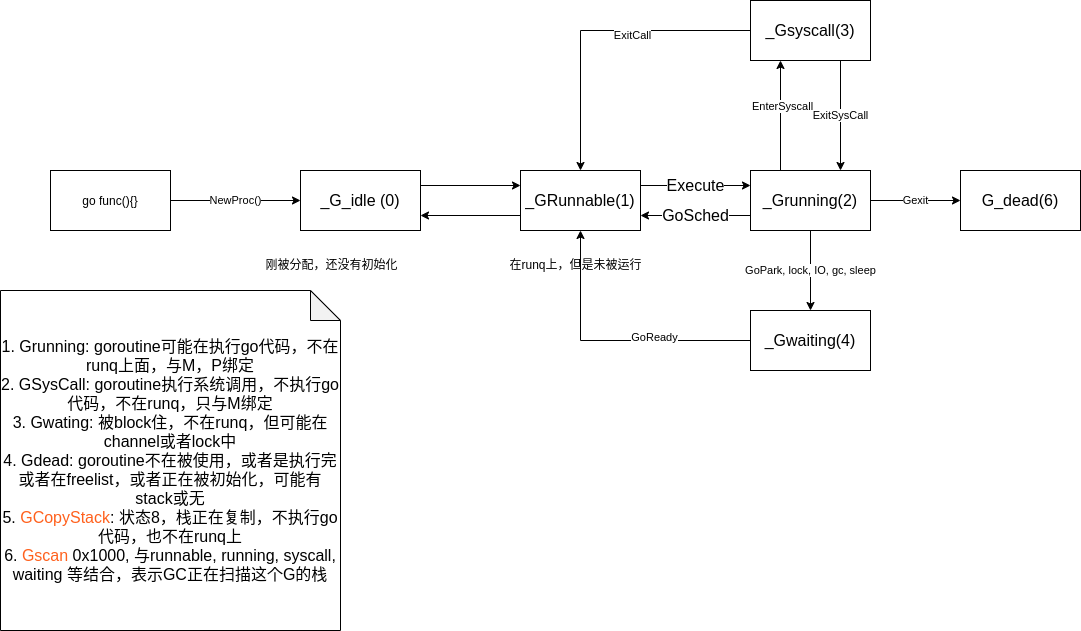
Above: img/gstatus.png in mhh12121/mhh12121.github.io (draw.io), before the change. Source tidied: cells renumbered, new cells last; positions are measured from the earlier drawing's top-left corner, leaving out a move shared by most shapes.
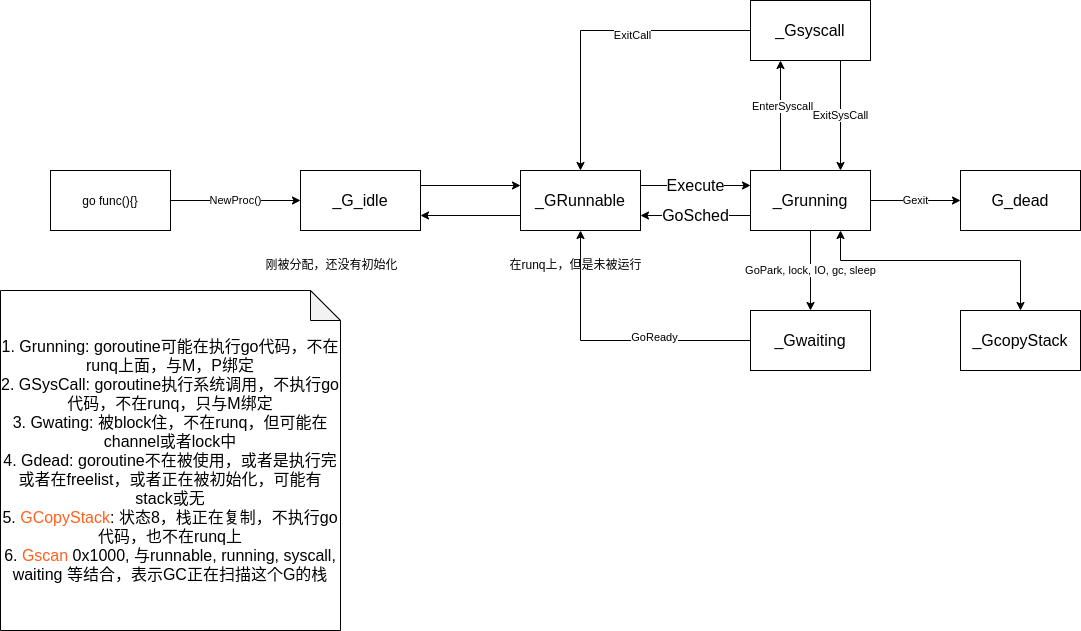
Above is the later version.

Diff of the diagram source:
```diff
@@ -5,7 +5,7 @@
     <mxCell id="2" style="edgeStyle=orthogonalEdgeStyle;rounded=0;jettySize=auto;html=1;exitX=1;exitY=0.25;exitDx=0;exitDy=0;entryX=0;entryY=0.25;entryDx=0;entryDy=0;fontFamily=Helvetica;fontSize=16;" parent="1" edge="1" source="3" target="6">
       <mxGeometry relative="1" as="geometry" />
     </mxCell>
-    <mxCell id="3" value="_G_idle (0)" style="rounded=0;whiteSpace=wrap;html=1;fontFamily=Helvetica;fontSize=16;" parent="1" vertex="1">
+    <mxCell id="3" value="_G_idle" style="rounded=0;whiteSpace=wrap;html=1;fontFamily=Helvetica;fontSize=16;" parent="1" vertex="1">
       <mxGeometry x="300" y="170" width="120" height="60" as="geometry" />
     </mxCell>
     <mxCell id="4" style="edgeStyle=orthogonalEdgeStyle;rounded=0;jettySize=auto;html=1;exitX=0;exitY=0.75;exitDx=0;exitDy=0;entryX=1;entryY=0.75;entryDx=0;entryDy=0;fontFamily=Helvetica;fontSize=16;" parent="1" edge="1" source="6" target="3">
@@ -14,7 +14,7 @@
     <mxCell id="5" value="Execute" style="edgeStyle=orthogonalEdgeStyle;rounded=0;jettySize=auto;html=1;exitX=1;exitY=0.25;exitDx=0;exitDy=0;entryX=0;entryY=0.25;entryDx=0;entryDy=0;fontFamily=Helvetica;fontSize=16;" parent="1" edge="1" source="6" target="12">
       <mxGeometry relative="1" as="geometry" />
     </mxCell>
-    <mxCell id="6" value="_GRunnable(1)" style="rounded=0;whiteSpace=wrap;html=1;fontFamily=Helvetica;fontSize=16;" parent="1" vertex="1">
+    <mxCell id="6" value="_GRunnable" style="rounded=0;whiteSpace=wrap;html=1;fontFamily=Helvetica;fontSize=16;" parent="1" vertex="1">
       <mxGeometry x="520" y="170" width="120" height="60" as="geometry" />
     </mxCell>
     <mxCell id="7" value="GoSched" style="edgeStyle=orthogonalEdgeStyle;rounded=0;jettySize=auto;html=1;exitX=0;exitY=0.75;exitDx=0;exitDy=0;entryX=1;entryY=0.75;entryDx=0;entryDy=0;fontFamily=Helvetica;fontSize=16;" parent="1" edge="1" source="12" target="6">
@@ -42,7 +42,15 @@
         </Array>
       </mxGeometry>
     </mxCell>
+    <mxCell id="26" style="edgeStyle=orthogonalEdgeStyle;rounded=0;jettySize=auto;html=1;exitX=0.75;exitY=1;exitDx=0;exitDy=0;startArrow=classic;startFill=1;" parent="1" edge="1" source="12" target="27">
+      <mxGeometry relative="1" as="geometry">
+        <Array as="points">
+          <mxPoint x="840" y="260" />
+          <mxPoint x="1020" y="260" />
+        </Array>
+      </mxGeometry>
+    </mxCell>
-    <mxCell id="12" value="_Grunning(2)" style="rounded=0;whiteSpace=wrap;html=1;fontFamily=Helvetica;fontSize=16;" parent="1" vertex="1">
+    <mxCell id="12" value="_Grunning" style="rounded=0;whiteSpace=wrap;html=1;fontFamily=Helvetica;fontSize=16;" parent="1" vertex="1">
       <mxGeometry x="750" y="170" width="120" height="60" as="geometry" />
     </mxCell>
     <mxCell id="13" style="edgeStyle=orthogonalEdgeStyle;rounded=0;jettySize=auto;html=1;exitX=0;exitY=0.5;exitDx=0;exitDy=0;entryX=0.5;entryY=0;entryDx=0;entryDy=0;" parent="1" edge="1" source="16" target="6">
@@ -54,10 +62,10 @@
     <mxCell id="15" value="ExitSysCall" style="edgeStyle=orthogonalEdgeStyle;rounded=0;jettySize=auto;html=1;exitX=0.75;exitY=1;exitDx=0;exitDy=0;entryX=0.75;entryY=0;entryDx=0;entryDy=0;" parent="1" edge="1" source="16" target="12">
       <mxGeometry relative="1" as="geometry" />
     </mxCell>
-    <mxCell id="16" value="_Gsyscall(3)" style="rounded=0;whiteSpace=wrap;html=1;fontFamily=Helvetica;fontSize=16;" parent="1" vertex="1">
+    <mxCell id="16" value="_Gsyscall" style="rounded=0;whiteSpace=wrap;html=1;fontFamily=Helvetica;fontSize=16;" parent="1" vertex="1">
       <mxGeometry x="750" width="120" height="60" as="geometry" />
     </mxCell>
-    <mxCell id="17" value="G_dead(6)" style="rounded=0;whiteSpace=wrap;html=1;fontFamily=Helvetica;fontSize=16;" parent="1" vertex="1">
+    <mxCell id="17" value="G_dead" style="rounded=0;whiteSpace=wrap;html=1;fontFamily=Helvetica;fontSize=16;" parent="1" vertex="1">
       <mxGeometry x="960" y="170" width="120" height="60" as="geometry" />
     </mxCell>
     <mxCell id="18" style="edgeStyle=orthogonalEdgeStyle;rounded=0;jettySize=auto;html=1;exitX=0;exitY=0.5;exitDx=0;exitDy=0;entryX=0.5;entryY=1;entryDx=0;entryDy=0;" parent="1" edge="1" source="20" target="6">
@@ -66,7 +74,7 @@
     <mxCell id="19" value="GoReady" style="edgeLabel;html=1;align=center;verticalAlign=middle;" parent="18" vertex="1">
       <mxGeometry x="-0.31" y="-4" relative="1" as="geometry" />
     </mxCell>
-    <mxCell id="20" value="_Gwaiting(4)" style="rounded=0;whiteSpace=wrap;html=1;fontFamily=Helvetica;fontSize=16;" parent="1" vertex="1">
+    <mxCell id="20" value="_Gwaiting" style="rounded=0;whiteSpace=wrap;html=1;fontFamily=Helvetica;fontSize=16;" parent="1" vertex="1">
       <mxGeometry x="750" y="310" width="120" height="60" as="geometry" />
     </mxCell>
     <mxCell id="21" value="刚被分配，还没有初始化&lt;br&gt;" style="text;html=1;align=center;verticalAlign=middle;" parent="1" vertex="1">
@@ -84,5 +92,8 @@
     <mxCell id="25" value="1. Grunning: goroutine可能在执行go代码，不在runq上面，与M，P绑定&lt;br style=&quot;font-size: 16px;&quot;&gt;2. GSysCall: goroutine执行系统调用，不执行go代码，不在runq，只与M绑定&lt;br style=&quot;font-size: 16px;&quot;&gt;3. Gwating: 被block住，不在runq，但可能在channel或者lock中&lt;br style=&quot;font-size: 16px;&quot;&gt;4. Gdead: goroutine不在被使用，或者是执行完或者在freelist，或者正在被初始化，可能有stack或无&lt;br style=&quot;font-size: 16px;&quot;&gt;5. &lt;font color=&quot;#ff601c&quot; style=&quot;font-size: 16px;&quot;&gt;GCopyStack&lt;/font&gt;: 状态8，栈正在复制，不执行go代码，也不在runq上&lt;br style=&quot;font-size: 16px;&quot;&gt;6. &lt;font color=&quot;#ff601c&quot; style=&quot;font-size: 16px;&quot;&gt;Gscan&lt;/font&gt; 0x1000, 与runnable, running, syscall, waiting 等结合，表示GC正在扫描这个G的栈" style="shape=note;whiteSpace=wrap;html=1;backgroundOutline=1;darkOpacity=0.05;fontSize=16;" parent="1" vertex="1">
       <mxGeometry y="290" width="340" height="340" as="geometry" />
     </mxCell>
+    <mxCell id="27" value="&lt;font style=&quot;font-size: 16px&quot;&gt;_GcopyStack&lt;/font&gt;" style="rounded=0;whiteSpace=wrap;html=1;" parent="1" vertex="1">
+      <mxGeometry x="960" y="310" width="120" height="60" as="geometry" />
+    </mxCell>
   </root>
 </mxGraphModel>
```
